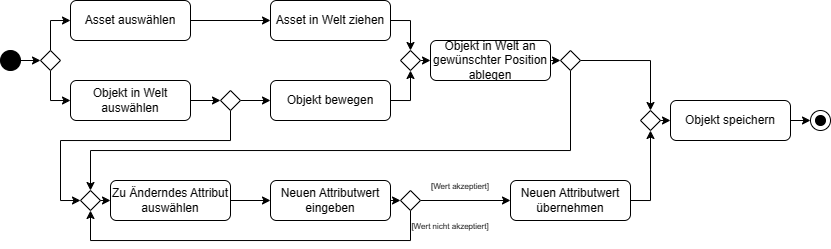
Earlier version of the draw.io export docs/resources/UML/Aktivitätsdiagramm_Welteneditor.png (Christian-2003/CrInGE). Source tidied: cells renumbered, new cells last; positions are measured from the earlier drawing's top-left corner, leaving out a move shared by most shapes.
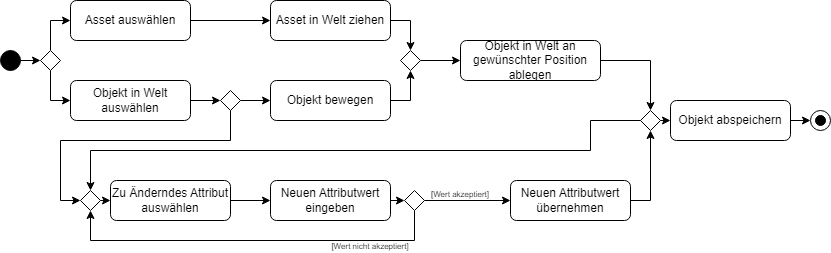
Above is the later version.

Commit message:
🩹🖼️ Update Welteneditor Aktivitätsdiagramm

- Anpassung des Dateinamen
- Rekursiven Pfeil hinzugefügt
- Leichte Textanpassung

The edit, as a diff of the source:
```diff
@@ -20,11 +20,11 @@
     <mxCell id="7" value="Asset in Welt ziehen" style="rounded=1;whiteSpace=wrap;html=1;" parent="1" vertex="1">
       <mxGeometry x="270" width="120" height="40" as="geometry" />
     </mxCell>
-    <mxCell id="8" style="edgeStyle=orthogonalEdgeStyle;rounded=0;jettySize=auto;html=1;exitX=1;exitY=0.5;exitDx=0;exitDy=0;entryX=0;entryY=0.5;entryDx=0;entryDy=0;" parent="1" edge="1" source="9" target="31">
+    <mxCell id="8" style="edgeStyle=orthogonalEdgeStyle;rounded=0;jettySize=auto;html=1;exitX=1;exitY=0.5;exitDx=0;exitDy=0;entryX=0.5;entryY=0;entryDx=0;entryDy=0;" parent="1" edge="1" source="9" target="33">
       <mxGeometry relative="1" as="geometry" />
     </mxCell>
     <mxCell id="9" value="Objekt in Welt an gewünschter Position ablegen" style="rounded=1;whiteSpace=wrap;html=1;" parent="1" vertex="1">
-      <mxGeometry x="430" y="40" width="120" height="40" as="geometry" />
+      <mxGeometry x="460" y="40" width="140" height="40" as="geometry" />
     </mxCell>
     <mxCell id="10" style="edgeStyle=orthogonalEdgeStyle;rounded=0;jettySize=auto;html=1;exitX=1;exitY=0.5;exitDx=0;exitDy=0;entryX=0;entryY=0.5;entryDx=0;entryDy=0;" parent="1" edge="1" source="11" target="40">
       <mxGeometry relative="1" as="geometry" />
@@ -44,19 +44,19 @@
     <mxCell id="15" style="rhombus;whiteSpace=wrap;html=1;" parent="1" vertex="1">
       <mxGeometry x="400" y="50" width="20" height="20" as="geometry" />
     </mxCell>
+    <mxCell id="17" style="edgeStyle=orthogonalEdgeStyle;rounded=0;jettySize=auto;html=1;exitX=0.5;exitY=1;exitDx=0;exitDy=0;entryX=0.5;entryY=1;entryDx=0;entryDy=0;" parent="1" edge="1" source="18" target="27">
+      <mxGeometry relative="1" as="geometry">
+        <Array as="points">
+          <mxPoint x="414" y="240" />
+          <mxPoint x="90" y="240" />
+        </Array>
+      </mxGeometry>
+    </mxCell>
     <mxCell id="16" style="edgeStyle=orthogonalEdgeStyle;rounded=0;jettySize=auto;html=1;exitX=1;exitY=0.5;exitDx=0;exitDy=0;entryX=0;entryY=0.5;entryDx=0;entryDy=0;" parent="1" edge="1" source="18" target="24">
       <mxGeometry relative="1" as="geometry" />
     </mxCell>
-    <mxCell id="17" style="edgeStyle=orthogonalEdgeStyle;rounded=0;jettySize=auto;html=1;exitX=0.5;exitY=1;exitDx=0;exitDy=0;entryX=0.5;entryY=1;entryDx=0;entryDy=0;" parent="1" edge="1" source="18" target="27">
-      <mxGeometry relative="1" as="geometry">
-        <Array as="points">
-          <mxPoint x="410" y="240" />
-          <mxPoint x="90" y="240" />
-        </Array>
-      </mxGeometry>
-    </mxCell>
     <mxCell id="18" style="rhombus;whiteSpace=wrap;html=1;" parent="1" vertex="1">
-      <mxGeometry x="400" y="190" width="20" height="20" as="geometry" />
+      <mxGeometry x="404" y="190" width="20" height="20" as="geometry" />
     </mxCell>
     <mxCell id="19" style="edgeStyle=orthogonalEdgeStyle;rounded=0;jettySize=auto;html=1;exitX=1;exitY=0.5;exitDx=0;exitDy=0;entryX=0;entryY=0.5;entryDx=0;entryDy=0;" parent="1" edge="1" source="20" target="22">
       <mxGeometry relative="1" as="geometry" />
@@ -76,9 +76,6 @@
     <mxCell id="24" value="Neuen Attributwert übernehmen" style="rounded=1;whiteSpace=wrap;html=1;" parent="1" vertex="1">
       <mxGeometry x="510" y="180" width="120" height="40" as="geometry" />
     </mxCell>
-    <mxCell id="25" value="&lt;font style=&quot;font-size: 8px;&quot;&gt;[Wert akzeptiert]&lt;/font&gt;" style="text;html=1;strokeColor=none;fillColor=none;align=center;verticalAlign=middle;whiteSpace=wrap;rounded=0;" parent="1" vertex="1">
-      <mxGeometry x="420" y="180" width="80" height="10" as="geometry" />
-    </mxCell>
     <mxCell id="26" style="edgeStyle=orthogonalEdgeStyle;rounded=0;jettySize=auto;html=1;exitX=1;exitY=0.5;exitDx=0;exitDy=0;entryX=0;entryY=0.5;entryDx=0;entryDy=0;" parent="1" edge="1" source="27" target="20">
       <mxGeometry relative="1" as="geometry" />
     </mxCell>
@@ -86,22 +83,17 @@
       <mxGeometry x="80" y="190" width="20" height="20" as="geometry" />
     </mxCell>
     <mxCell id="28" value="&lt;font style=&quot;font-size: 8px;&quot;&gt;[Wert nicht akzeptiert]&lt;/font&gt;" style="text;html=1;strokeColor=none;fillColor=none;align=center;verticalAlign=middle;whiteSpace=wrap;rounded=0;" parent="1" vertex="1">
-      <mxGeometry x="410" y="220" width="80" height="10" as="geometry" />
+      <mxGeometry x="330" y="240" width="80" height="10" as="geometry" />
     </mxCell>
-    <mxCell id="29" style="edgeStyle=orthogonalEdgeStyle;rounded=0;jettySize=auto;html=1;exitX=0.5;exitY=1;exitDx=0;exitDy=0;entryX=0.5;entryY=0;entryDx=0;entryDy=0;" parent="1" edge="1" source="31" target="27">
+    <mxCell id="29" style="edgeStyle=orthogonalEdgeStyle;rounded=0;jettySize=auto;html=1;exitX=0;exitY=0.5;exitDx=0;exitDy=0;entryX=0.5;entryY=0;entryDx=0;entryDy=0;" parent="1" edge="1" source="33" target="27">
       <mxGeometry relative="1" as="geometry">
         <Array as="points">
-          <mxPoint x="570" y="150" />
+          <mxPoint x="590" y="120" />
+          <mxPoint x="590" y="150" />
           <mxPoint x="90" y="150" />
         </Array>
       </mxGeometry>
     </mxCell>
-    <mxCell id="30" style="edgeStyle=orthogonalEdgeStyle;rounded=0;jettySize=auto;html=1;exitX=1;exitY=0.5;exitDx=0;exitDy=0;entryX=0.5;entryY=0;entryDx=0;entryDy=0;" parent="1" edge="1" source="31" target="33">
-      <mxGeometry relative="1" as="geometry" />
-    </mxCell>
-    <mxCell id="31" style="rhombus;whiteSpace=wrap;html=1;" parent="1" vertex="1">
-      <mxGeometry x="560" y="50" width="20" height="20" as="geometry" />
-    </mxCell>
     <mxCell id="32" style="edgeStyle=orthogonalEdgeStyle;rounded=0;jettySize=auto;html=1;exitX=1;exitY=0.5;exitDx=0;exitDy=0;entryX=0;entryY=0.5;entryDx=0;entryDy=0;" parent="1" edge="1" source="33" target="35">
       <mxGeometry relative="1" as="geometry" />
     </mxCell>
@@ -111,7 +103,7 @@
     <mxCell id="34" style="edgeStyle=orthogonalEdgeStyle;rounded=0;jettySize=auto;html=1;exitX=1;exitY=0.5;exitDx=0;exitDy=0;entryX=0;entryY=0.5;entryDx=0;entryDy=0;" parent="1" edge="1" source="35" target="36">
       <mxGeometry relative="1" as="geometry" />
     </mxCell>
-    <mxCell id="35" value="Objekt speichern" style="rounded=1;whiteSpace=wrap;html=1;" parent="1" vertex="1">
+    <mxCell id="35" value="Objekt abspeichern" style="rounded=1;whiteSpace=wrap;html=1;" parent="1" vertex="1">
       <mxGeometry x="670" y="100" width="120" height="40" as="geometry" />
     </mxCell>
     <mxCell id="36" style="ellipse;whiteSpace=wrap;html=1;" parent="1" vertex="1">
@@ -152,5 +144,8 @@
     <mxCell id="43" style="rhombus;whiteSpace=wrap;html=1;" parent="1" vertex="1">
       <mxGeometry x="40" y="50" width="20" height="20" as="geometry" />
     </mxCell>
+    <mxCell id="25" value="&lt;font style=&quot;font-size: 8px;&quot;&gt;[Wert akzeptiert]&lt;/font&gt;" style="text;html=1;strokeColor=none;fillColor=none;align=center;verticalAlign=middle;whiteSpace=wrap;rounded=0;" parent="1" vertex="1">
+      <mxGeometry x="420" y="188" width="80" height="10" as="geometry" />
+    </mxCell>
   </root>
 </mxGraphModel>
```
